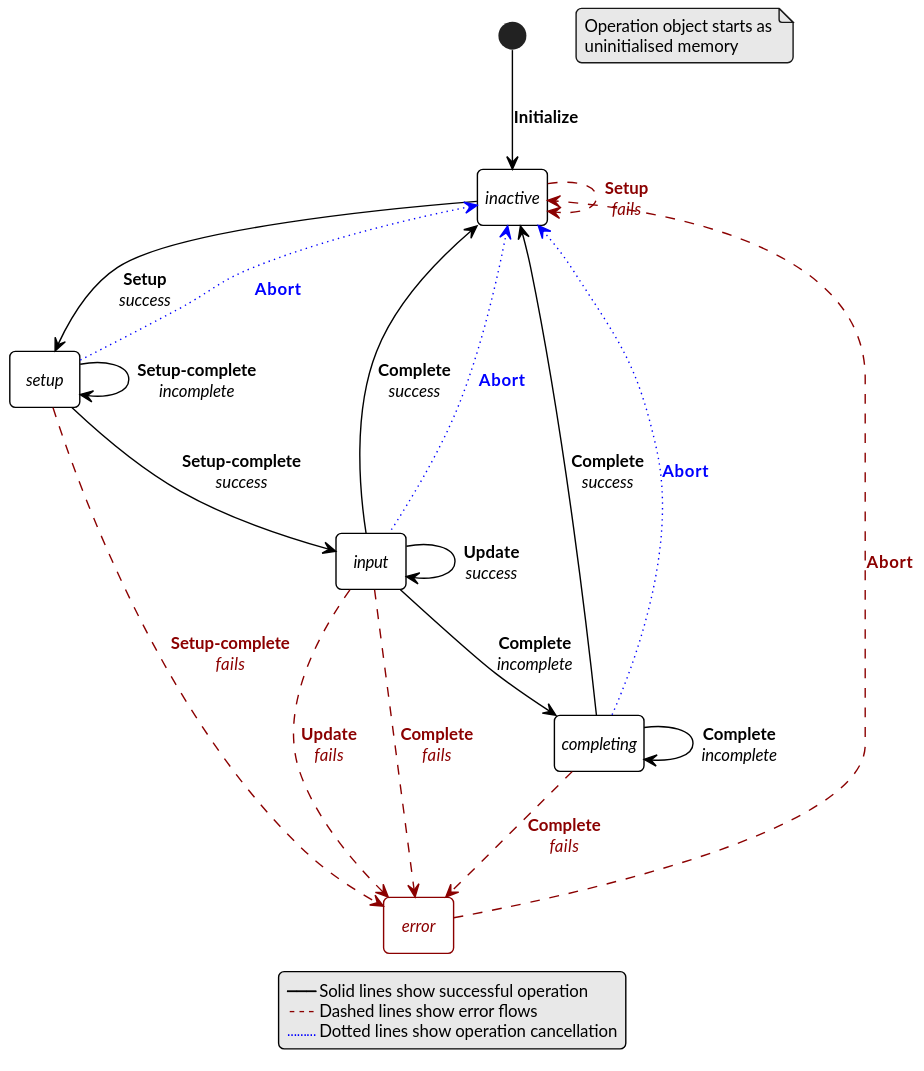
This is doc/crypto/figure/interruptible_operation_complex.svg from athoelke/psa-api, a PlantUML export, as it was before one commit. Its source is kept beside it as doc/crypto/figure/interruptible_operation_complex.puml. Its diagram source:
```plantuml
@startuml
!include atg-spec.pumh

skinparam LegendFontSize 12

legend bottom
  --""———""-- Solid lines show successful operation
  <color:darkred>""---""</color> Dashed lines show error flows
  <color:blue>""………""</color> Dotted lines show operation cancellation
end legend

state inactive as "//inactive//"
state setup as "//setup//"
state input as "//input//"
state completing as "//completing//"
state error as "<color:darkred>//error//" ##darkred

[*] --> inactive: **Initialize**
note as N1
   Operation object starts as
   uninitialised memory
end note
inactive --> setup: **Setup**\n//success//
setup --> setup: **Setup-complete**\n//incomplete//
setup --> input: **Setup-complete**\n//success//
input --> input: **Update**\n//success//
input --> completing: **Complete**\n//incomplete//
input -u-> inactive: **Complete**\n//success//
completing --> completing: **Complete**\n//incomplete//
completing -u-> inactive: **Complete**\n//success//
error -[#darkred,dashed]r-> inactive: <color:darkred>**Abort**
inactive -[#darkred,dashed]-> inactive: <color:darkred>**Setup**\n<color:darkred>//fails//
setup -[#darkred,dashed]-> error: <color:darkred>**Setup-complete**\n<color:darkred>//fails//
input -[#darkred,dashed]-> error: <color:darkred>**Update**\n<color:darkred>//fails//
input -[#darkred,dashed]-> error: <color:darkred>**Complete**\n<color:darkred>//fails//
completing -[#darkred,dashed]-> error: <color:darkred>**Complete**\n<color:darkred>//fails//
setup -[#blue,dotted]u-> inactive: <color:blue>**Abort**
input -[#blue,dotted]u-> inactive: <color:blue>**Abort**
completing -[#blue,dotted]u-> inactive: <color:blue>**Abort**

@enduml
```
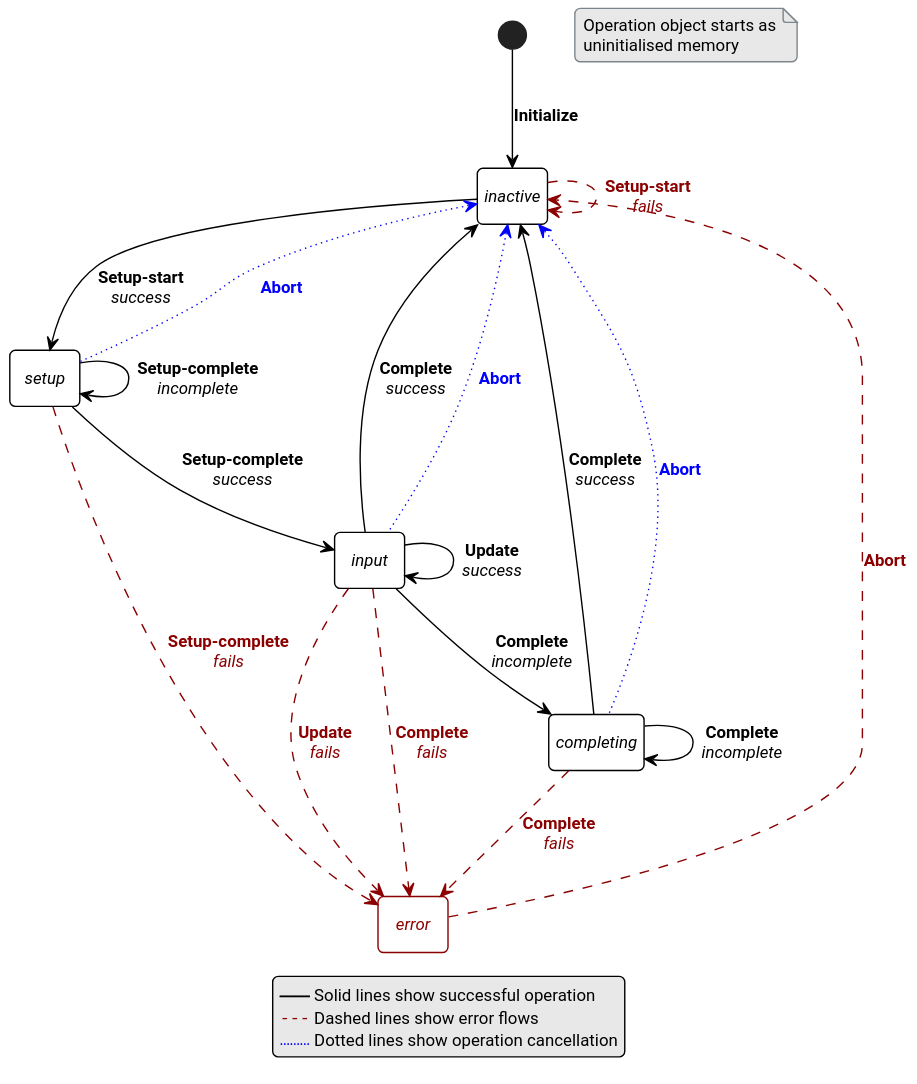
After the commit.

Commit message:
Rename interruptible operation starts

What changed in the source:
```diff
@@ -1,5 +1,5 @@
 @startuml
-!include atg-spec.pumh
+!include psa-spec.pumh
 
 skinparam LegendFontSize 12
 
@@ -20,7 +20,7 @@
    Operation object starts as
    uninitialised memory
 end note
-inactive --> setup: **Setup**\n//success//
+inactive --> setup: **Setup-start**\n//success//
 setup --> setup: **Setup-complete**\n//incomplete//
 setup --> input: **Setup-complete**\n//success//
 input --> input: **Update**\n//success//
@@ -29,7 +29,7 @@
 completing --> completing: **Complete**\n//incomplete//
 completing -u-> inactive: **Complete**\n//success//
 error -[#darkred,dashed]r-> inactive: <color:darkred>**Abort**
-inactive -[#darkred,dashed]-> inactive: <color:darkred>**Setup**\n<color:darkred>//fails//
+inactive -[#darkred,dashed]-> inactive: <color:darkred>**Setup-start**\n<color:darkred>//fails//
 setup -[#darkred,dashed]-> error: <color:darkred>**Setup-complete**\n<color:darkred>//fails//
 input -[#darkred,dashed]-> error: <color:darkred>**Update**\n<color:darkred>//fails//
 input -[#darkred,dashed]-> error: <color:darkred>**Complete**\n<color:darkred>//fails//
```
